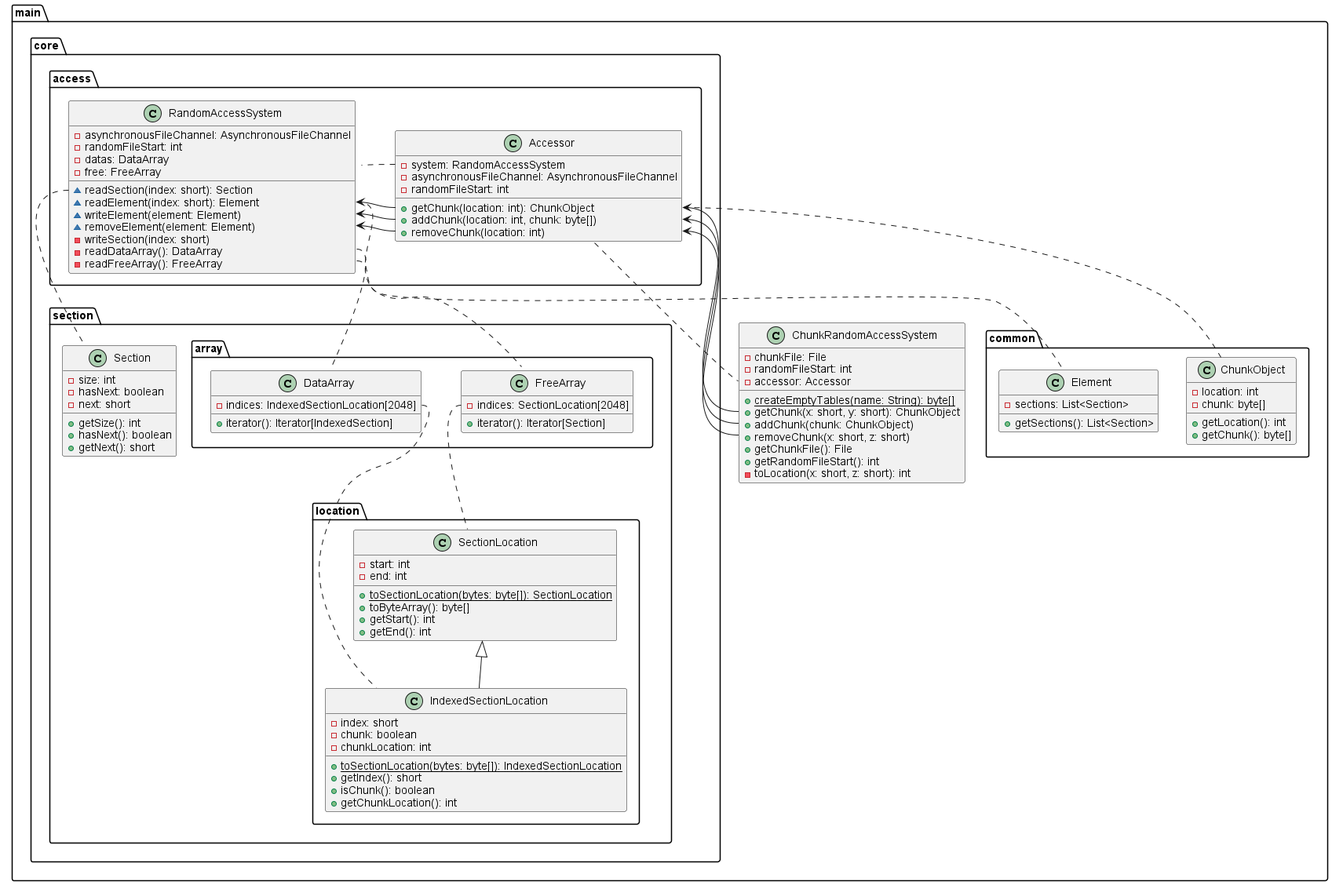
Before: ChunkRandomAccessSystem/uml/ChunkRandomAccessSystem.png, a diagram exported from PlantUML (WarzouMc/SkyBlock).
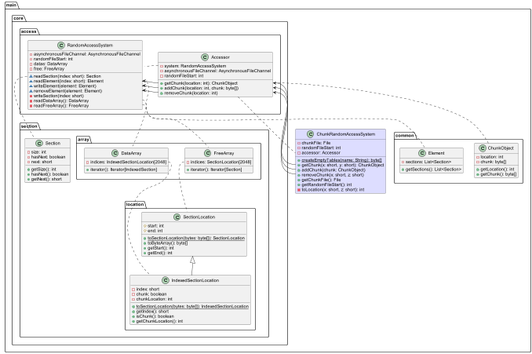
After the commit.

What changed in the source:
```diff
@@ -42,8 +42,8 @@
             }
             package location {
                 class SectionLocation {
-                    -start: int
-                    -end: int
+                    #start: int
+                    #end: int
 
                     {static} +toSectionLocation(bytes: byte[]): SectionLocation
                     +toByteArray(): byte[]
@@ -102,7 +102,7 @@
             RandomAccessSystem::readFreeArray .. FreeArray
         }
     }
-    class ChunkRandomAccessSystem {
+    class ChunkRandomAccessSystem #DDDDFF {
         -chunkFile: File
         -randomFileStart: int
         -accessor: Accessor
```
